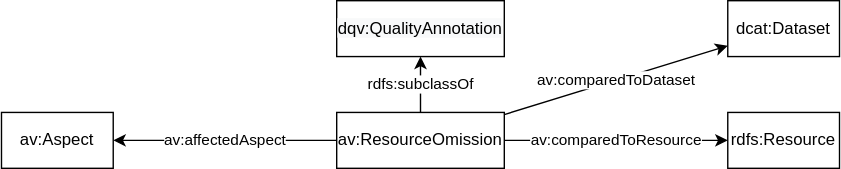
Earlier version of the draw.io export resourceOmissionGraph.svg (fusion-jena/abecto-vocabulary). Source tidied: cells renumbered, new cells last; positions are measured from the earlier drawing's top-left corner, leaving out a move shared by most shapes. The source it was exported from:
```xml
<mxGraphModel>
  <root>
    <mxCell id="0" />
    <mxCell id="1" parent="0" />
    <mxCell id="2" value="av:comparedToResource" style="edgeStyle=none;rounded=0;jettySize=auto;html=1;" parent="1" edge="1" source="3" target="8">
      <mxGeometry relative="1" as="geometry" />
    </mxCell>
    <mxCell id="3" value="av:ResourceOmission" style="whiteSpace=wrap;html=1;" parent="1" vertex="1">
      <mxGeometry x="240" y="80" width="120" height="40" as="geometry" />
    </mxCell>
    <mxCell id="4" value="av:affectedAspect" style="edgeStyle=none;rounded=0;jettySize=auto;html=1;" parent="1" edge="1" source="3" target="5">
      <mxGeometry relative="1" as="geometry" />
    </mxCell>
    <mxCell id="5" value="av:Aspect" style="whiteSpace=wrap;html=1;" parent="1" vertex="1">
      <mxGeometry y="80" width="80" height="40" as="geometry" />
    </mxCell>
    <mxCell id="6" value="dcat:Dataset" style="whiteSpace=wrap;html=1;" parent="1" vertex="1">
      <mxGeometry x="520" width="80" height="40" as="geometry" />
    </mxCell>
    <mxCell id="7" value="av:comparedToDataset" style="jettySize=auto;html=1;" parent="1" edge="1" source="3" target="6">
      <mxGeometry relative="1" as="geometry" />
    </mxCell>
    <mxCell id="8" value="rdfs:Resource" style="whiteSpace=wrap;html=1;" parent="1" vertex="1">
      <mxGeometry x="520" y="80" width="80" height="40" as="geometry" />
    </mxCell>
    <mxCell id="9" value="&lt;meta charset=&quot;utf-8&quot;&gt;&lt;span style=&quot;color: rgb(0, 0, 0); font-family: helvetica; font-size: 12px; font-style: normal; font-weight: 400; letter-spacing: normal; text-align: left; text-indent: 0px; text-transform: none; word-spacing: 0px; background-color: rgb(248, 249, 250); display: inline; float: none;&quot;&gt;dqv:QualityAnnotation&lt;/span&gt;" style="whiteSpace=wrap;html=1;" parent="1" vertex="1">
      <mxGeometry x="240" width="120" height="40" as="geometry" />
    </mxCell>
    <mxCell id="10" value="rdfs:subclassOf" style="edgeStyle=none;rounded=0;jettySize=auto;html=1;" parent="1" edge="1" source="3" target="9">
      <mxGeometry relative="1" as="geometry" />
    </mxCell>
  </root>
</mxGraphModel>
```
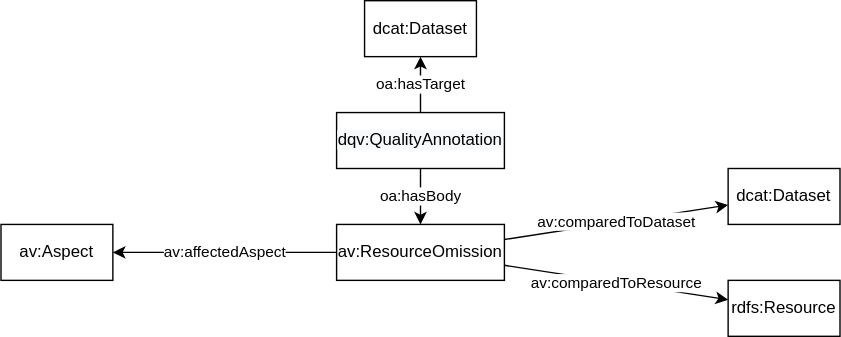
The same file after the commit.

What changed in the source:
```diff
@@ -15,19 +15,25 @@
       <mxGeometry y="80" width="80" height="40" as="geometry" />
     </mxCell>
     <mxCell id="6" value="dcat:Dataset" style="whiteSpace=wrap;html=1;" parent="1" vertex="1">
-      <mxGeometry x="520" width="80" height="40" as="geometry" />
+      <mxGeometry x="520" y="40" width="80" height="40" as="geometry" />
     </mxCell>
     <mxCell id="7" value="av:comparedToDataset" style="jettySize=auto;html=1;" parent="1" edge="1" source="3" target="6">
       <mxGeometry relative="1" as="geometry" />
     </mxCell>
     <mxCell id="8" value="rdfs:Resource" style="whiteSpace=wrap;html=1;" parent="1" vertex="1">
-      <mxGeometry x="520" y="80" width="80" height="40" as="geometry" />
+      <mxGeometry x="520" y="120" width="80" height="40" as="geometry" />
     </mxCell>
     <mxCell id="9" value="&lt;meta charset=&quot;utf-8&quot;&gt;&lt;span style=&quot;color: rgb(0, 0, 0); font-family: helvetica; font-size: 12px; font-style: normal; font-weight: 400; letter-spacing: normal; text-align: left; text-indent: 0px; text-transform: none; word-spacing: 0px; background-color: rgb(248, 249, 250); display: inline; float: none;&quot;&gt;dqv:QualityAnnotation&lt;/span&gt;" style="whiteSpace=wrap;html=1;" parent="1" vertex="1">
       <mxGeometry x="240" width="120" height="40" as="geometry" />
     </mxCell>
-    <mxCell id="10" value="rdfs:subclassOf" style="edgeStyle=none;rounded=0;jettySize=auto;html=1;" parent="1" edge="1" source="3" target="9">
+    <mxCell id="10" value="oa:hasBody" style="edgeStyle=none;rounded=0;jettySize=auto;html=1;" parent="1" edge="1" source="9" target="3">
       <mxGeometry relative="1" as="geometry" />
     </mxCell>
+    <mxCell id="11" value="oa:hasTarget" style="edgeStyle=none;rounded=0;jettySize=auto;html=1;" parent="1" edge="1" source="9" target="12">
+      <mxGeometry relative="1" as="geometry" />
+    </mxCell>
+    <mxCell id="12" value="dcat:Dataset" style="whiteSpace=wrap;html=1;" parent="1" vertex="1">
+      <mxGeometry x="260" y="-80" width="80" height="40" as="geometry" />
+    </mxCell>
   </root>
 </mxGraphModel>
```
